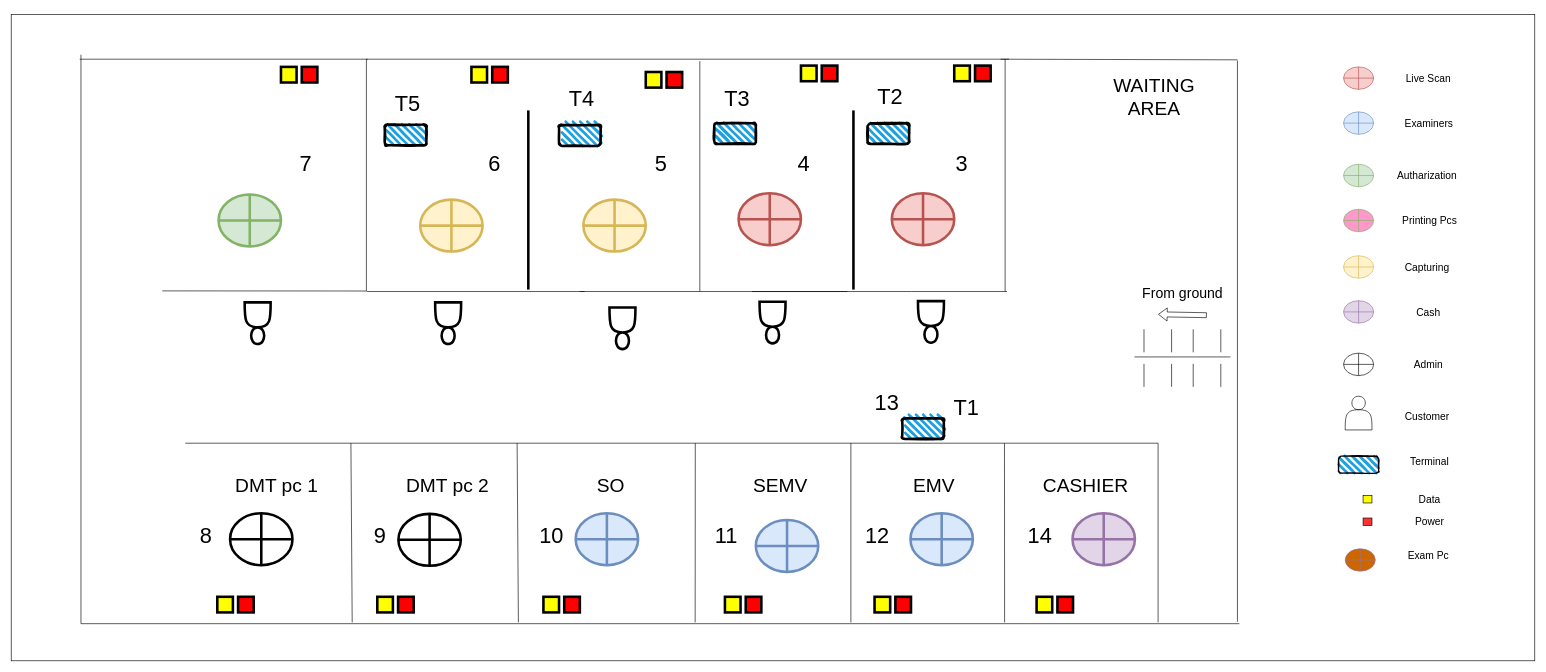
thushan-harshajeewa/dmt-diagrams keeps this draw.io diagram as nuwaraeliya 1st floor.drawio. Above is the earlier version. Source tidied: cells renumbered, new cells numbered last; positions are measured from the earlier drawing's top-left corner, leaving out a move shared by most shapes. Both pictures are drawn from the tidied source at 64%, with x=0, y=0 at pixel (11, 14).
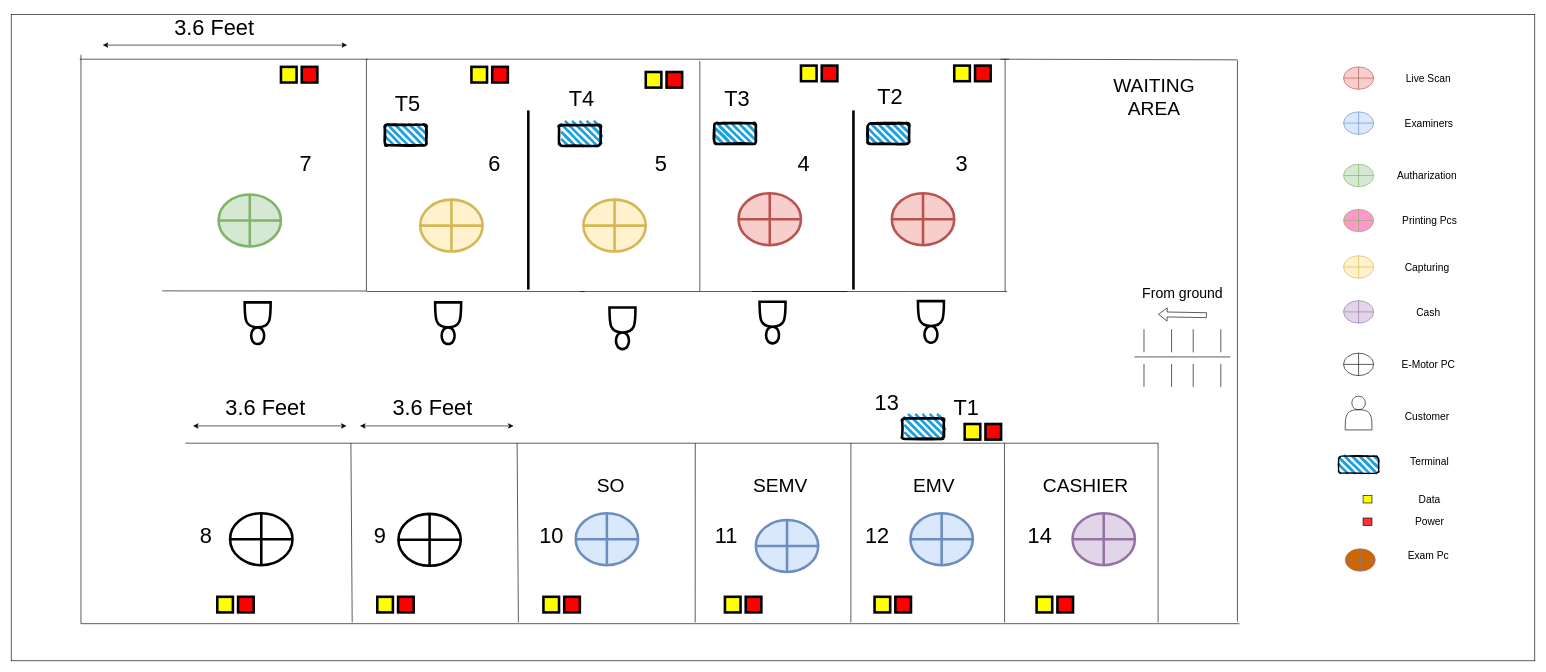
The same page after the edit.

Unchanged cells that the change refers to:
```xml
<mxCell id="92" style="group;fontSize=14;" parent="1" vertex="1">
  <mxGeometry x="2074" y="82" width="205.7" height="788" as="geometry" />
</mxCell>
```

Diff of the diagram source:
```diff
@@
-    <mxCell id="72" value="&lt;font style=&quot;font-size: 30px;&quot;&gt;DMT pc 2&lt;/font&gt;" style="text;html=1;align=center;verticalAlign=middle;whiteSpace=wrap;rounded=0;" parent="1" vertex="1">
-      <mxGeometry x="601.9" y="720" width="160.1" height="30" as="geometry" />
-    </mxCell>
-    <mxCell id="73" value="&lt;font style=&quot;font-size: 30px;&quot;&gt;DMT pc 1&lt;/font&gt;" style="text;html=1;align=center;verticalAlign=middle;whiteSpace=wrap;rounded=0;" parent="1" vertex="1">
-      <mxGeometry x="330.5" y="720" width="167.5" height="30" as="geometry" />
-    </mxCell>
@@
-    <mxCell id="104" value="&lt;font style=&quot;font-size: 16px;&quot;&gt;Admin&lt;/font&gt;" style="text;html=1;align=center;verticalAlign=middle;whiteSpace=wrap;rounded=0;" parent="92" vertex="1">
+    <mxCell id="104" value="&lt;font style=&quot;font-size: 16px;&quot;&gt;E-Motor PC&lt;/font&gt;" style="text;html=1;align=center;verticalAlign=middle;whiteSpace=wrap;rounded=0;" parent="92" vertex="1">
       <mxGeometry x="77.5" y="447.3" width="125.4" height="35.1" as="geometry" />
     </mxCell>
@@
+    <mxCell id="130" style="endArrow=classic;startArrow=classic;html=1;" parent="1" edge="1">
+      <mxGeometry relative="1" as="geometry">
+        <mxPoint x="545" y="643" as="sourcePoint" />
+        <mxPoint x="785" y="643" as="targetPoint" />
+      </mxGeometry>
+    </mxCell>
+    <mxCell id="131" value="&lt;font style=&quot;font-size: 34px;&quot;&gt;3.6 Feet&lt;/font&gt;" style="text;html=1;align=center;verticalAlign=middle;strokeColor=none;fillColor=none;" parent="1" vertex="1">
+      <mxGeometry x="582.6" y="590" width="150" height="50" as="geometry" />
+    </mxCell>
+    <mxCell id="132" value="&lt;font style=&quot;font-size: 34px;&quot;&gt;3.6 Feet&lt;/font&gt;" style="text;html=1;align=center;verticalAlign=middle;strokeColor=none;fillColor=none;" parent="1" vertex="1">
+      <mxGeometry x="321.6" y="590" width="150" height="50" as="geometry" />
+    </mxCell>
+    <mxCell id="133" style="endArrow=classic;startArrow=classic;html=1;" parent="1" edge="1">
+      <mxGeometry relative="1" as="geometry">
+        <mxPoint x="284" y="643" as="sourcePoint" />
+        <mxPoint x="524" y="643" as="targetPoint" />
+      </mxGeometry>
+    </mxCell>
+    <mxCell id="134" value="&lt;font style=&quot;font-size: 34px;&quot;&gt;3.6 Feet&lt;/font&gt;" style="text;html=1;align=center;verticalAlign=middle;strokeColor=none;fillColor=none;" parent="1" vertex="1">
+      <mxGeometry x="241.6" y="-5" width="150" height="50" as="geometry" />
+    </mxCell>
+    <mxCell id="135" style="endArrow=classic;startArrow=classic;html=1;" parent="1" edge="1">
+      <mxGeometry relative="1" as="geometry">
+        <mxPoint x="143" y="48" as="sourcePoint" />
+        <mxPoint x="525" y="48" as="targetPoint" />
+      </mxGeometry>
+    </mxCell>
+    <mxCell id="136" style="rounded=0;whiteSpace=wrap;html=1;fillColor=#FF0000;strokeWidth=4;" parent="1" vertex="1">
+      <mxGeometry x="1522.3" y="640" width="24.4" height="24.4" as="geometry" />
+    </mxCell>
+    <mxCell id="137" style="rounded=0;whiteSpace=wrap;html=1;fillColor=#FFFF00;strokeWidth=4;" parent="1" vertex="1">
+      <mxGeometry x="1489.8" y="640" width="24.4" height="24.4" as="geometry" />
+    </mxCell>
```
